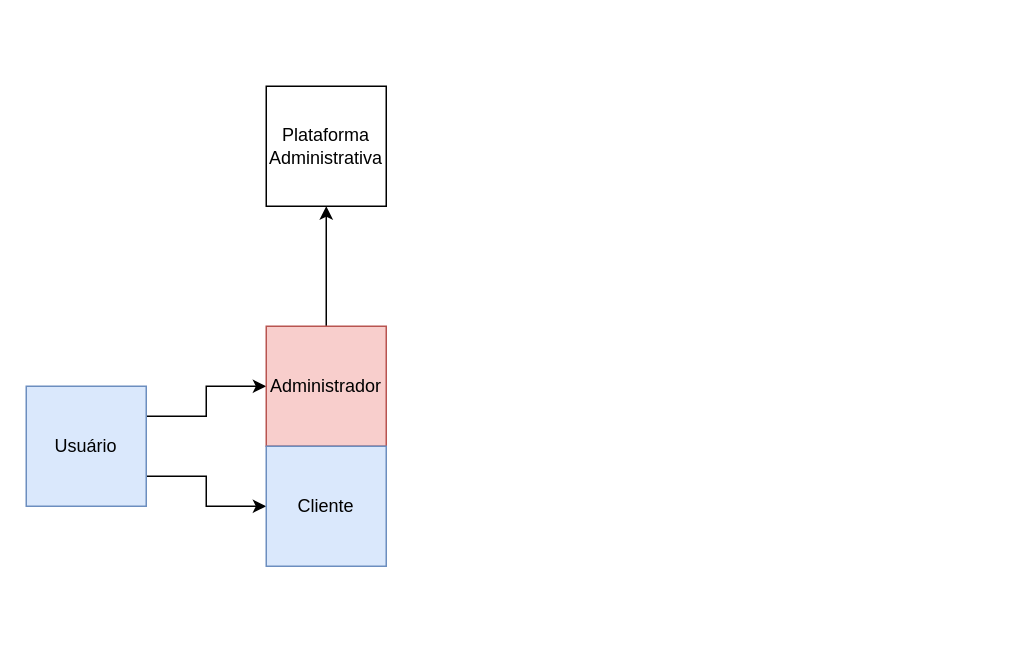
The draw.io diagram documentação/ideias/diagrama.drawio in Creath-Noite-A/Agendamento-Documentacao, before the edit. Source tidied: cells renumbered, new cells numbered last; positions are measured from the earlier drawing's top-left corner, leaving out a move shared by most shapes. Both pictures are drawn from the tidied source at 150%, with x=0, y=0 at pixel (26, 86).
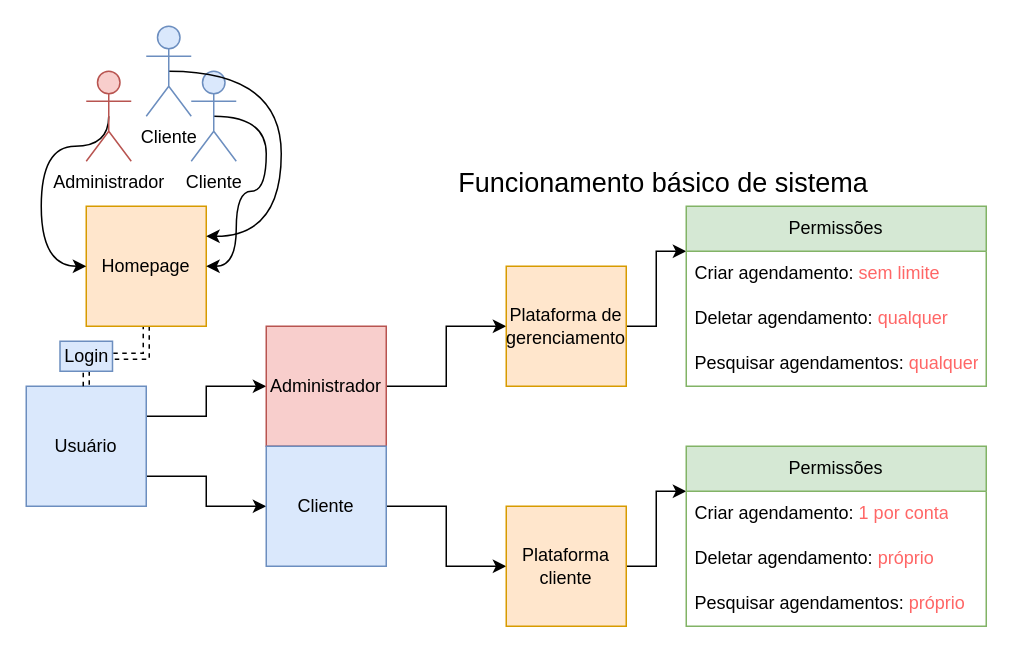
Above is the later version.

The change refers to these unchanged cells:
```xml
<mxCell id="4" value="Usuário" style="whiteSpace=wrap;html=1;fillColor=#dae8fc;strokeColor=#6c8ebf;" parent="1" vertex="1">
  <mxGeometry y="200" width="80" height="80" as="geometry" />
</mxCell>
<mxCell id="6" value="Administrador" style="whiteSpace=wrap;html=1;fillColor=#f8cecc;strokeColor=#b85450;" parent="1" vertex="1">
  <mxGeometry x="160" y="160" width="80" height="80" as="geometry" />
</mxCell>
<mxCell id="7" value="Cliente" style="whiteSpace=wrap;html=1;fillColor=#dae8fc;strokeColor=#6c8ebf;" parent="1" vertex="1">
  <mxGeometry x="160" y="240" width="80" height="80" as="geometry" />
</mxCell>
```

Change to the diagram source:
```diff
@@
-    <mxCell id="5" style="edgeStyle=orthogonalEdgeStyle;rounded=0;jettySize=auto;html=1;exitX=0.5;exitY=0;exitDx=0;exitDy=0;entryX=0.5;entryY=1;entryDx=0;entryDy=0;" parent="1" edge="1" source="6" target="8">
+    <mxCell id="5" style="edgeStyle=orthogonalEdgeStyle;rounded=0;jettySize=auto;html=1;exitX=1;exitY=0.5;exitDx=0;exitDy=0;entryX=0;entryY=0.5;entryDx=0;entryDy=0;" parent="1" edge="1" source="6" target="8">
       <mxGeometry relative="1" as="geometry" />
     </mxCell>
@@
+    <mxCell id="9" style="edgeStyle=orthogonalEdgeStyle;rounded=0;jettySize=auto;html=1;exitX=1;exitY=0.5;exitDx=0;exitDy=0;entryX=0;entryY=0.5;entryDx=0;entryDy=0;" parent="1" edge="1" source="7" target="14">
+      <mxGeometry relative="1" as="geometry" />
+    </mxCell>
@@
+    <mxCell id="10" style="edgeStyle=orthogonalEdgeStyle;rounded=0;jettySize=auto;html=1;exitX=1;exitY=0.5;exitDx=0;exitDy=0;entryX=0;entryY=0.25;entryDx=0;entryDy=0;" parent="1" edge="1" source="8" target="19">
+      <mxGeometry relative="1" as="geometry" />
+    </mxCell>
-    <mxCell id="8" value="Plataforma Administrativa" style="whiteSpace=wrap;html=1;" parent="1" vertex="1">
-      <mxGeometry x="160" width="80" height="80" as="geometry" />
+    <mxCell id="8" value="Plataforma de gerenciamento" style="whiteSpace=wrap;html=1;fillColor=#ffe6cc;strokeColor=#d79b00;" parent="1" vertex="1">
+      <mxGeometry x="320" y="120" width="80" height="80" as="geometry" />
     </mxCell>
+    <mxCell id="11" style="edgeStyle=orthogonalEdgeStyle;rounded=0;jettySize=auto;html=1;exitX=0.5;exitY=1;exitDx=0;exitDy=0;dashed=1;shape=link;" parent="1" edge="1" source="12" target="32">
+      <mxGeometry relative="1" as="geometry" />
+    </mxCell>
+    <mxCell id="12" value="Homepage" style="whiteSpace=wrap;html=1;fillColor=#ffe6cc;strokeColor=#d79b00;" parent="1" vertex="1">
+      <mxGeometry x="40" y="80" width="80" height="80" as="geometry" />
+    </mxCell>
+    <mxCell id="13" style="edgeStyle=orthogonalEdgeStyle;rounded=0;jettySize=auto;html=1;exitX=1;exitY=0.5;exitDx=0;exitDy=0;entryX=0;entryY=0.25;entryDx=0;entryDy=0;" parent="1" edge="1" source="14" target="15">
+      <mxGeometry relative="1" as="geometry" />
+    </mxCell>
+    <mxCell id="14" value="Plataforma&lt;div&gt;cliente&lt;/div&gt;" style="whiteSpace=wrap;html=1;fillColor=#ffe6cc;strokeColor=#d79b00;" parent="1" vertex="1">
+      <mxGeometry x="320" y="280" width="80" height="80" as="geometry" />
+    </mxCell>
+    <mxCell id="15" value="Permissões" style="swimlane;fontStyle=0;horizontal=1;startSize=30;whiteSpace=wrap;html=1;fillColor=#d5e8d4;strokeColor=#82b366;" parent="1" vertex="1">
+      <mxGeometry x="440" y="240" width="200" height="120" as="geometry" />
+    </mxCell>
+    <mxCell id="16" value="Criar agendamento: &lt;font color=&quot;#ff6666&quot;&gt;1 por conta&lt;/font&gt;" style="text;strokeColor=none;fillColor=none;align=left;verticalAlign=middle;spacingLeft=4;spacingRight=4;overflow=hidden;whiteSpace=wrap;html=1;" parent="15" vertex="1">
+      <mxGeometry y="30" width="200" height="30" as="geometry" />
+    </mxCell>
+    <mxCell id="17" value="Deletar agendamento: &lt;font color=&quot;#ff6666&quot;&gt;próprio&lt;/font&gt;" style="text;strokeColor=none;fillColor=none;align=left;verticalAlign=middle;spacingLeft=4;spacingRight=4;overflow=hidden;whiteSpace=wrap;html=1;" parent="15" vertex="1">
+      <mxGeometry y="60" width="200" height="30" as="geometry" />
+    </mxCell>
+    <mxCell id="18" value="Pesquisar agendamentos: &lt;font color=&quot;#ff6666&quot;&gt;próprio&lt;/font&gt;" style="text;strokeColor=none;fillColor=none;align=left;verticalAlign=middle;spacingLeft=4;spacingRight=4;overflow=hidden;whiteSpace=wrap;html=1;" parent="15" vertex="1">
+      <mxGeometry y="90" width="200" height="30" as="geometry" />
+    </mxCell>
+    <mxCell id="19" value="Permissões" style="swimlane;fontStyle=0;horizontal=1;startSize=30;whiteSpace=wrap;html=1;fillColor=#d5e8d4;strokeColor=#82b366;" parent="1" vertex="1">
+      <mxGeometry x="440" y="80" width="200" height="120" as="geometry" />
+    </mxCell>
+    <mxCell id="20" value="Criar agendamento: &lt;font color=&quot;#ff6666&quot;&gt;sem limite&lt;/font&gt;" style="text;strokeColor=none;fillColor=none;align=left;verticalAlign=middle;spacingLeft=4;spacingRight=4;overflow=hidden;whiteSpace=wrap;html=1;" parent="19" vertex="1">
+      <mxGeometry y="30" width="200" height="30" as="geometry" />
+    </mxCell>
+    <mxCell id="21" value="Deletar agendamento: &lt;font color=&quot;#ff6666&quot;&gt;qualquer&lt;/font&gt;" style="text;strokeColor=none;fillColor=none;align=left;verticalAlign=middle;spacingLeft=4;spacingRight=4;overflow=hidden;whiteSpace=wrap;html=1;" parent="19" vertex="1">
+      <mxGeometry y="60" width="200" height="30" as="geometry" />
+    </mxCell>
+    <mxCell id="22" value="Pesquisar agendamentos: &lt;font color=&quot;#ff6666&quot;&gt;qualquer&lt;/font&gt;" style="text;strokeColor=none;fillColor=none;align=left;verticalAlign=middle;spacingLeft=4;spacingRight=4;overflow=hidden;whiteSpace=wrap;html=1;" parent="19" vertex="1">
+      <mxGeometry y="90" width="200" height="30" as="geometry" />
+    </mxCell>
+    <mxCell id="23" value="&lt;font style=&quot;font-size: 18px;&quot;&gt;Funcionamento básico de sistema&lt;/font&gt;" style="text;html=1;align=center;verticalAlign=middle;whiteSpace=wrap;rounded=0;" parent="1" vertex="1">
+      <mxGeometry x="265" y="50" width="320" height="30" as="geometry" />
+    </mxCell>
+    <mxCell id="24" style="edgeStyle=orthogonalEdgeStyle;rounded=0;jettySize=auto;html=1;exitX=0.5;exitY=0.5;exitDx=0;exitDy=0;exitPerimeter=0;entryX=1;entryY=0.5;entryDx=0;entryDy=0;strokeColor=none;curved=1;" parent="1" edge="1" source="26" target="12">
+      <mxGeometry relative="1" as="geometry" />
+    </mxCell>
+    <mxCell id="25" style="edgeStyle=orthogonalEdgeStyle;rounded=0;jettySize=auto;html=1;exitX=0.5;exitY=0.5;exitDx=0;exitDy=0;exitPerimeter=0;entryX=1;entryY=0.5;entryDx=0;entryDy=0;curved=1;" parent="1" edge="1" source="26" target="12">
+      <mxGeometry relative="1" as="geometry">
+        <Array as="points">
+          <mxPoint x="160" y="20" />
+          <mxPoint x="160" y="70" />
+          <mxPoint x="140" y="70" />
+          <mxPoint x="140" y="120" />
+        </Array>
+      </mxGeometry>
+    </mxCell>
+    <mxCell id="26" value="Cliente" style="shape=umlActor;verticalLabelPosition=bottom;verticalAlign=top;html=1;outlineConnect=0;fillColor=#dae8fc;strokeColor=#6c8ebf;" parent="1" vertex="1">
+      <mxGeometry x="110" y="-10" width="30" height="60" as="geometry" />
+    </mxCell>
+    <mxCell id="27" style="edgeStyle=orthogonalEdgeStyle;rounded=0;jettySize=auto;html=1;exitX=0.5;exitY=0.5;exitDx=0;exitDy=0;exitPerimeter=0;entryX=0;entryY=0.5;entryDx=0;entryDy=0;curved=1;" parent="1" edge="1" source="28" target="12">
+      <mxGeometry relative="1" as="geometry">
+        <Array as="points">
+          <mxPoint x="55" y="40" />
+          <mxPoint x="10" y="40" />
+          <mxPoint x="10" y="120" />
+        </Array>
+      </mxGeometry>
+    </mxCell>
+    <mxCell id="28" value="Administrador" style="shape=umlActor;verticalLabelPosition=bottom;verticalAlign=top;html=1;outlineConnect=0;fillColor=#f8cecc;strokeColor=#b85450;" parent="1" vertex="1">
+      <mxGeometry x="40" y="-10" width="30" height="60" as="geometry" />
+    </mxCell>
+    <mxCell id="29" style="edgeStyle=orthogonalEdgeStyle;rounded=0;jettySize=auto;html=1;exitX=0.5;exitY=0.5;exitDx=0;exitDy=0;exitPerimeter=0;entryX=1;entryY=0.25;entryDx=0;entryDy=0;curved=1;" parent="1" edge="1" source="30" target="12">
+      <mxGeometry relative="1" as="geometry">
+        <Array as="points">
+          <mxPoint x="170" y="-10" />
+          <mxPoint x="170" y="100" />
+        </Array>
+      </mxGeometry>
+    </mxCell>
+    <mxCell id="30" value="Cliente" style="shape=umlActor;verticalLabelPosition=bottom;verticalAlign=top;html=1;outlineConnect=0;fillColor=#dae8fc;strokeColor=#6c8ebf;" parent="1" vertex="1">
+      <mxGeometry x="80" y="-40" width="30" height="60" as="geometry" />
+    </mxCell>
+    <mxCell id="31" style="edgeStyle=orthogonalEdgeStyle;rounded=1;jettySize=auto;html=1;exitX=0.5;exitY=1;exitDx=0;exitDy=0;entryX=0.5;entryY=0;entryDx=0;entryDy=0;curved=0;shape=link;dashed=1;" parent="1" edge="1" source="32" target="4">
+      <mxGeometry relative="1" as="geometry" />
+    </mxCell>
+    <mxCell id="32" value="Login" style="text;html=1;align=center;verticalAlign=middle;whiteSpace=wrap;rounded=0;fillColor=#dae8fc;strokeColor=#6c8ebf;" parent="1" vertex="1">
+      <mxGeometry x="22.5" y="170" width="35" height="20" as="geometry" />
+    </mxCell>
```
